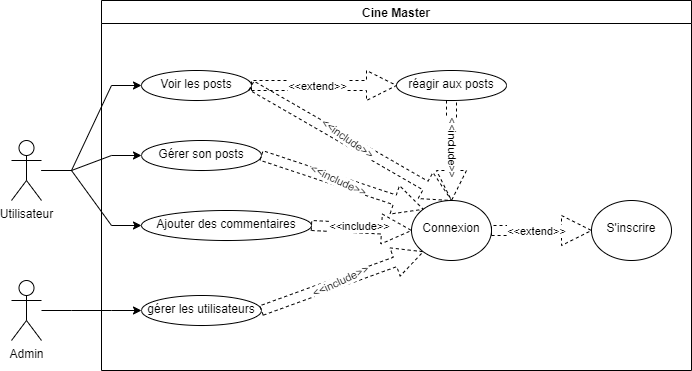
This is Modelisation/use_case_diagram_cine_master_social_media_project.png from aymenBenadra/cine-master, a draw.io export, as it was before one commit. Source tidied: cells renumbered, new cells last; positions are measured from the earlier drawing's top-left corner, leaving out a move shared by most shapes. Its diagram source:
```xml
<mxGraphModel>
  <root>
    <mxCell id="0" />
    <mxCell id="1" parent="0" />
    <mxCell id="2" style="edgeStyle=entityRelationEdgeStyle;rounded=0;jettySize=auto;html=1;entryX=0;entryY=0.5;entryDx=0;entryDy=0;" parent="1" edge="1" source="5" target="7">
      <mxGeometry relative="1" as="geometry" />
    </mxCell>
    <mxCell id="3" style="edgeStyle=entityRelationEdgeStyle;rounded=0;jettySize=auto;html=1;" parent="1" edge="1" source="5" target="8">
      <mxGeometry relative="1" as="geometry" />
    </mxCell>
    <mxCell id="4" style="edgeStyle=entityRelationEdgeStyle;rounded=0;jettySize=auto;html=1;entryX=0;entryY=0.5;entryDx=0;entryDy=0;" parent="1" edge="1" source="5" target="9">
      <mxGeometry relative="1" as="geometry" />
    </mxCell>
    <mxCell id="5" value="Utilisateur" style="shape=umlActor;verticalLabelPosition=bottom;verticalAlign=top;html=1;outlineConnect=0;" parent="1" vertex="1">
      <mxGeometry y="140" width="30" height="60" as="geometry" />
    </mxCell>
    <mxCell id="6" value="Cine Master" style="swimlane;" parent="1" vertex="1">
      <mxGeometry x="90" width="590" height="370" as="geometry" />
    </mxCell>
    <mxCell id="7" value="Voir les posts" style="ellipse;whiteSpace=wrap;html=1;verticalAlign=top;align=center;" parent="6" vertex="1">
      <mxGeometry x="40" y="70" width="110" height="30" as="geometry" />
    </mxCell>
    <mxCell id="8" value="&lt;div&gt;Gérer son posts&lt;/div&gt;" style="ellipse;whiteSpace=wrap;html=1;verticalAlign=top;align=center;" parent="6" vertex="1">
      <mxGeometry x="40" y="140" width="120" height="30" as="geometry" />
    </mxCell>
    <mxCell id="9" value="&lt;div&gt;Ajouter des commentaires&lt;/div&gt;" style="ellipse;whiteSpace=wrap;html=1;verticalAlign=top;align=center;" parent="6" vertex="1">
      <mxGeometry x="40" y="210" width="170" height="30" as="geometry" />
    </mxCell>
    <mxCell id="10" value="&lt;br&gt;Connexion" style="ellipse;whiteSpace=wrap;html=1;verticalAlign=top;align=center;" parent="6" vertex="1">
      <mxGeometry x="310" y="200" width="80" height="60" as="geometry" />
    </mxCell>
    <mxCell id="11" value="gérer les utilisateurs" style="ellipse;whiteSpace=wrap;html=1;verticalAlign=top;" parent="6" vertex="1">
      <mxGeometry x="40" y="295" width="120" height="30" as="geometry" />
    </mxCell>
    <mxCell id="12" value="&lt;br&gt;S'inscrire" style="ellipse;whiteSpace=wrap;html=1;verticalAlign=top;align=center;" parent="6" vertex="1">
      <mxGeometry x="490" y="200" width="80" height="60" as="geometry" />
    </mxCell>
    <mxCell id="13" style="html=1;verticalAlign=bottom;labelBackgroundColor=none;endArrow=open;endFill=0;dashed=1;rounded=0;shadow=0;shape=arrow;entryX=0.5;entryY=0;entryDx=0;entryDy=0;exitX=1;exitY=0.5;exitDx=0;exitDy=0;" parent="6" edge="1" source="7" target="10">
      <mxGeometry relative="1" as="geometry" />
    </mxCell>
    <mxCell id="14" value="&amp;lt;&amp;lt;include&amp;gt;&amp;gt;" style="edgeLabel;html=1;align=center;verticalAlign=middle;rotation=35;" parent="13" vertex="1">
      <mxGeometry x="-0.06" y="2" relative="1" as="geometry" />
    </mxCell>
    <mxCell id="15" style="html=1;verticalAlign=bottom;labelBackgroundColor=none;endArrow=open;endFill=0;dashed=1;rounded=0;shadow=0;shape=arrow;exitX=1;exitY=0.5;exitDx=0;exitDy=0;entryX=0;entryY=0;entryDx=0;entryDy=0;" parent="6" edge="1" source="8" target="10">
      <mxGeometry relative="1" as="geometry" />
    </mxCell>
    <mxCell id="16" value="&amp;lt;&amp;lt;include&amp;gt;&amp;gt;" style="edgeLabel;html=1;align=center;verticalAlign=middle;rotation=25;" parent="15" vertex="1">
      <mxGeometry x="-0.06" y="2" relative="1" as="geometry">
        <mxPoint y="1" as="offset" />
      </mxGeometry>
    </mxCell>
    <mxCell id="17" style="html=1;verticalAlign=bottom;labelBackgroundColor=none;endArrow=open;endFill=0;dashed=1;rounded=0;shadow=0;shape=arrow;exitX=1;exitY=0.5;exitDx=0;exitDy=0;entryX=0;entryY=0.5;entryDx=0;entryDy=0;" parent="6" edge="1" source="9" target="10">
      <mxGeometry relative="1" as="geometry" />
    </mxCell>
    <mxCell id="18" value="&amp;lt;&amp;lt;include&amp;gt;&amp;gt;" style="edgeLabel;html=1;align=center;verticalAlign=middle;rotation=0;" parent="17" vertex="1">
      <mxGeometry x="-0.06" y="2" relative="1" as="geometry" />
    </mxCell>
    <mxCell id="19" style="html=1;verticalAlign=bottom;labelBackgroundColor=none;endArrow=open;endFill=0;dashed=1;rounded=0;shadow=0;shape=arrow;exitX=1;exitY=0.5;exitDx=0;exitDy=0;entryX=0;entryY=1;entryDx=0;entryDy=0;" parent="6" edge="1" source="11" target="10">
      <mxGeometry relative="1" as="geometry" />
    </mxCell>
    <mxCell id="20" value="&amp;lt;&amp;lt;include&amp;gt;&amp;gt;" style="edgeLabel;html=1;align=center;verticalAlign=middle;rotation=-25;" parent="19" vertex="1">
      <mxGeometry x="-0.06" y="2" relative="1" as="geometry">
        <mxPoint x="3" as="offset" />
      </mxGeometry>
    </mxCell>
    <mxCell id="21" style="html=1;verticalAlign=bottom;labelBackgroundColor=none;endArrow=open;endFill=0;dashed=1;rounded=0;shadow=0;shape=arrow;exitX=1;exitY=0.5;exitDx=0;exitDy=0;entryX=0;entryY=0.5;entryDx=0;entryDy=0;" parent="6" edge="1" source="10" target="12">
      <mxGeometry relative="1" as="geometry" />
    </mxCell>
    <mxCell id="22" value="&amp;lt;&amp;lt;extend&amp;gt;&amp;gt;" style="edgeLabel;html=1;align=center;verticalAlign=middle;rotation=0;" parent="21" vertex="1">
      <mxGeometry x="-0.06" y="2" relative="1" as="geometry">
        <mxPoint x="-3" y="2" as="offset" />
      </mxGeometry>
    </mxCell>
    <mxCell id="23" value="réagir aux posts" style="ellipse;whiteSpace=wrap;html=1;verticalAlign=top;align=center;" parent="6" vertex="1">
      <mxGeometry x="295" y="70" width="110" height="30" as="geometry" />
    </mxCell>
    <mxCell id="24" style="html=1;verticalAlign=bottom;labelBackgroundColor=none;endArrow=open;endFill=0;dashed=1;rounded=0;shadow=0;shape=arrow;exitX=1;exitY=0.5;exitDx=0;exitDy=0;" parent="6" edge="1" source="7" target="23">
      <mxGeometry relative="1" as="geometry" />
    </mxCell>
    <mxCell id="25" value="&amp;lt;&amp;lt;extend&amp;gt;&amp;gt;" style="edgeLabel;html=1;align=center;verticalAlign=middle;rotation=0;" parent="24" vertex="1">
      <mxGeometry x="-0.06" y="2" relative="1" as="geometry">
        <mxPoint x="-3" y="2" as="offset" />
      </mxGeometry>
    </mxCell>
    <mxCell id="26" style="html=1;verticalAlign=bottom;labelBackgroundColor=none;endArrow=open;endFill=0;dashed=1;rounded=0;shadow=0;shape=arrow;entryX=0.5;entryY=0;entryDx=0;entryDy=0;exitX=0.5;exitY=1;exitDx=0;exitDy=0;" parent="6" edge="1" source="23" target="10">
      <mxGeometry relative="1" as="geometry" />
    </mxCell>
    <mxCell id="27" value="&amp;lt;&amp;lt;include&amp;gt;&amp;gt;" style="edgeLabel;html=1;align=center;verticalAlign=middle;rotation=90;" parent="26" vertex="1">
      <mxGeometry x="-0.06" y="2" relative="1" as="geometry" />
    </mxCell>
    <mxCell id="28" style="edgeStyle=entityRelationEdgeStyle;rounded=0;jettySize=auto;html=1;shadow=0;" parent="1" edge="1" source="29" target="11">
      <mxGeometry relative="1" as="geometry" />
    </mxCell>
    <mxCell id="29" value="Admin" style="shape=umlActor;verticalLabelPosition=bottom;verticalAlign=top;html=1;outlineConnect=0;" parent="1" vertex="1">
      <mxGeometry y="280" width="30" height="60" as="geometry" />
    </mxCell>
  </root>
</mxGraphModel>
```
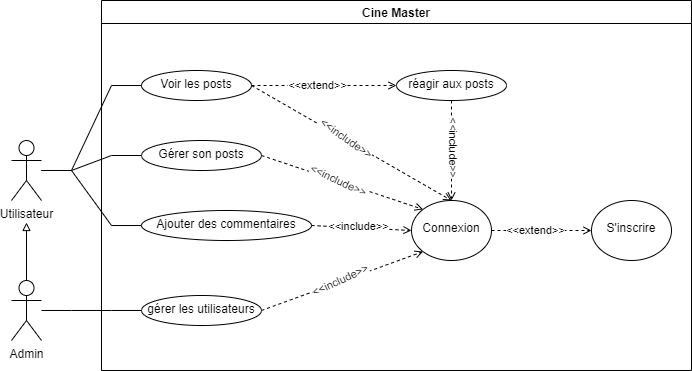
Later version of the same file.

What changed in the source:
```diff
@@ -2,13 +2,13 @@
   <root>
     <mxCell id="0" />
     <mxCell id="1" parent="0" />
-    <mxCell id="2" style="edgeStyle=entityRelationEdgeStyle;rounded=0;jettySize=auto;html=1;entryX=0;entryY=0.5;entryDx=0;entryDy=0;" parent="1" edge="1" source="5" target="7">
+    <mxCell id="2" style="edgeStyle=entityRelationEdgeStyle;rounded=0;jettySize=auto;html=1;entryX=0;entryY=0.5;entryDx=0;entryDy=0;endArrow=none;endFill=0;" parent="1" edge="1" source="5" target="7">
       <mxGeometry relative="1" as="geometry" />
     </mxCell>
-    <mxCell id="3" style="edgeStyle=entityRelationEdgeStyle;rounded=0;jettySize=auto;html=1;" parent="1" edge="1" source="5" target="8">
+    <mxCell id="3" style="edgeStyle=entityRelationEdgeStyle;rounded=0;jettySize=auto;html=1;endArrow=none;endFill=0;" parent="1" edge="1" source="5" target="8">
       <mxGeometry relative="1" as="geometry" />
     </mxCell>
-    <mxCell id="4" style="edgeStyle=entityRelationEdgeStyle;rounded=0;jettySize=auto;html=1;entryX=0;entryY=0.5;entryDx=0;entryDy=0;" parent="1" edge="1" source="5" target="9">
+    <mxCell id="4" style="edgeStyle=entityRelationEdgeStyle;rounded=0;jettySize=auto;html=1;entryX=0;entryY=0.5;entryDx=0;entryDy=0;endArrow=none;endFill=0;" parent="1" edge="1" source="5" target="9">
       <mxGeometry relative="1" as="geometry" />
     </mxCell>
     <mxCell id="5" value="Utilisateur" style="shape=umlActor;verticalLabelPosition=bottom;verticalAlign=top;html=1;outlineConnect=0;" parent="1" vertex="1">
@@ -35,13 +35,13 @@
     <mxCell id="12" value="&lt;br&gt;S'inscrire" style="ellipse;whiteSpace=wrap;html=1;verticalAlign=top;align=center;" parent="6" vertex="1">
       <mxGeometry x="490" y="200" width="80" height="60" as="geometry" />
     </mxCell>
-    <mxCell id="13" style="html=1;verticalAlign=bottom;labelBackgroundColor=none;endArrow=open;endFill=0;dashed=1;rounded=0;shadow=0;shape=arrow;entryX=0.5;entryY=0;entryDx=0;entryDy=0;exitX=1;exitY=0.5;exitDx=0;exitDy=0;" parent="6" edge="1" source="7" target="10">
+    <mxCell id="13" style="html=1;verticalAlign=bottom;labelBackgroundColor=none;endArrow=open;endFill=0;dashed=1;rounded=0;shadow=0;entryX=0.5;entryY=0;entryDx=0;entryDy=0;exitX=1;exitY=0.5;exitDx=0;exitDy=0;" parent="6" edge="1" source="7" target="10">
       <mxGeometry relative="1" as="geometry" />
     </mxCell>
     <mxCell id="14" value="&amp;lt;&amp;lt;include&amp;gt;&amp;gt;" style="edgeLabel;html=1;align=center;verticalAlign=middle;rotation=35;" parent="13" vertex="1">
       <mxGeometry x="-0.06" y="2" relative="1" as="geometry" />
     </mxCell>
-    <mxCell id="15" style="html=1;verticalAlign=bottom;labelBackgroundColor=none;endArrow=open;endFill=0;dashed=1;rounded=0;shadow=0;shape=arrow;exitX=1;exitY=0.5;exitDx=0;exitDy=0;entryX=0;entryY=0;entryDx=0;entryDy=0;" parent="6" edge="1" source="8" target="10">
+    <mxCell id="15" style="html=1;verticalAlign=bottom;labelBackgroundColor=none;endArrow=open;endFill=0;dashed=1;rounded=0;shadow=0;exitX=1;exitY=0.5;exitDx=0;exitDy=0;entryX=0;entryY=0;entryDx=0;entryDy=0;" parent="6" edge="1" source="8" target="10">
       <mxGeometry relative="1" as="geometry" />
     </mxCell>
     <mxCell id="16" value="&amp;lt;&amp;lt;include&amp;gt;&amp;gt;" style="edgeLabel;html=1;align=center;verticalAlign=middle;rotation=25;" parent="15" vertex="1">
@@ -49,13 +49,13 @@
         <mxPoint y="1" as="offset" />
       </mxGeometry>
     </mxCell>
-    <mxCell id="17" style="html=1;verticalAlign=bottom;labelBackgroundColor=none;endArrow=open;endFill=0;dashed=1;rounded=0;shadow=0;shape=arrow;exitX=1;exitY=0.5;exitDx=0;exitDy=0;entryX=0;entryY=0.5;entryDx=0;entryDy=0;" parent="6" edge="1" source="9" target="10">
+    <mxCell id="17" style="html=1;verticalAlign=bottom;labelBackgroundColor=none;endArrow=open;endFill=0;dashed=1;rounded=0;shadow=0;exitX=1;exitY=0.5;exitDx=0;exitDy=0;entryX=0;entryY=0.5;entryDx=0;entryDy=0;" parent="6" edge="1" source="9" target="10">
       <mxGeometry relative="1" as="geometry" />
     </mxCell>
     <mxCell id="18" value="&amp;lt;&amp;lt;include&amp;gt;&amp;gt;" style="edgeLabel;html=1;align=center;verticalAlign=middle;rotation=0;" parent="17" vertex="1">
       <mxGeometry x="-0.06" y="2" relative="1" as="geometry" />
     </mxCell>
-    <mxCell id="19" style="html=1;verticalAlign=bottom;labelBackgroundColor=none;endArrow=open;endFill=0;dashed=1;rounded=0;shadow=0;shape=arrow;exitX=1;exitY=0.5;exitDx=0;exitDy=0;entryX=0;entryY=1;entryDx=0;entryDy=0;" parent="6" edge="1" source="11" target="10">
+    <mxCell id="19" style="html=1;verticalAlign=bottom;labelBackgroundColor=none;endArrow=open;endFill=0;dashed=1;rounded=0;shadow=0;exitX=1;exitY=0.5;exitDx=0;exitDy=0;entryX=0;entryY=1;entryDx=0;entryDy=0;" parent="6" edge="1" source="11" target="10">
       <mxGeometry relative="1" as="geometry" />
     </mxCell>
     <mxCell id="20" value="&amp;lt;&amp;lt;include&amp;gt;&amp;gt;" style="edgeLabel;html=1;align=center;verticalAlign=middle;rotation=-25;" parent="19" vertex="1">
@@ -63,7 +63,7 @@
         <mxPoint x="3" as="offset" />
       </mxGeometry>
     </mxCell>
-    <mxCell id="21" style="html=1;verticalAlign=bottom;labelBackgroundColor=none;endArrow=open;endFill=0;dashed=1;rounded=0;shadow=0;shape=arrow;exitX=1;exitY=0.5;exitDx=0;exitDy=0;entryX=0;entryY=0.5;entryDx=0;entryDy=0;" parent="6" edge="1" source="10" target="12">
+    <mxCell id="21" style="html=1;verticalAlign=bottom;labelBackgroundColor=none;endArrow=open;endFill=0;dashed=1;rounded=0;shadow=0;exitX=1;exitY=0.5;exitDx=0;exitDy=0;entryX=0;entryY=0.5;entryDx=0;entryDy=0;" parent="6" edge="1" source="10" target="12">
       <mxGeometry relative="1" as="geometry" />
     </mxCell>
     <mxCell id="22" value="&amp;lt;&amp;lt;extend&amp;gt;&amp;gt;" style="edgeLabel;html=1;align=center;verticalAlign=middle;rotation=0;" parent="21" vertex="1">
@@ -74,7 +74,7 @@
     <mxCell id="23" value="réagir aux posts" style="ellipse;whiteSpace=wrap;html=1;verticalAlign=top;align=center;" parent="6" vertex="1">
       <mxGeometry x="295" y="70" width="110" height="30" as="geometry" />
     </mxCell>
-    <mxCell id="24" style="html=1;verticalAlign=bottom;labelBackgroundColor=none;endArrow=open;endFill=0;dashed=1;rounded=0;shadow=0;shape=arrow;exitX=1;exitY=0.5;exitDx=0;exitDy=0;" parent="6" edge="1" source="7" target="23">
+    <mxCell id="24" style="html=1;verticalAlign=bottom;labelBackgroundColor=none;endArrow=open;endFill=0;dashed=1;rounded=0;shadow=0;exitX=1;exitY=0.5;exitDx=0;exitDy=0;" parent="6" edge="1" source="7" target="23">
       <mxGeometry relative="1" as="geometry" />
     </mxCell>
     <mxCell id="25" value="&amp;lt;&amp;lt;extend&amp;gt;&amp;gt;" style="edgeLabel;html=1;align=center;verticalAlign=middle;rotation=0;" parent="24" vertex="1">
@@ -82,15 +82,18 @@
         <mxPoint x="-3" y="2" as="offset" />
       </mxGeometry>
     </mxCell>
-    <mxCell id="26" style="html=1;verticalAlign=bottom;labelBackgroundColor=none;endArrow=open;endFill=0;dashed=1;rounded=0;shadow=0;shape=arrow;entryX=0.5;entryY=0;entryDx=0;entryDy=0;exitX=0.5;exitY=1;exitDx=0;exitDy=0;" parent="6" edge="1" source="23" target="10">
+    <mxCell id="26" style="html=1;verticalAlign=bottom;labelBackgroundColor=none;endArrow=open;endFill=0;dashed=1;rounded=0;shadow=0;entryX=0.5;entryY=0;entryDx=0;entryDy=0;exitX=0.5;exitY=1;exitDx=0;exitDy=0;" parent="6" edge="1" source="23" target="10">
       <mxGeometry relative="1" as="geometry" />
     </mxCell>
     <mxCell id="27" value="&amp;lt;&amp;lt;include&amp;gt;&amp;gt;" style="edgeLabel;html=1;align=center;verticalAlign=middle;rotation=90;" parent="26" vertex="1">
       <mxGeometry x="-0.06" y="2" relative="1" as="geometry" />
     </mxCell>
-    <mxCell id="28" style="edgeStyle=entityRelationEdgeStyle;rounded=0;jettySize=auto;html=1;shadow=0;" parent="1" edge="1" source="29" target="11">
+    <mxCell id="28" style="edgeStyle=entityRelationEdgeStyle;rounded=0;jettySize=auto;html=1;shadow=0;endArrow=none;endFill=0;" parent="1" edge="1" source="29" target="11">
       <mxGeometry relative="1" as="geometry" />
     </mxCell>
+    <mxCell id="30" style="edgeStyle=none;html=1;endArrow=block;endFill=0;targetPerimeterSpacing=22;" parent="1" edge="1" source="29" target="5">
+      <mxGeometry relative="1" as="geometry" />
+    </mxCell>
     <mxCell id="29" value="Admin" style="shape=umlActor;verticalLabelPosition=bottom;verticalAlign=top;html=1;outlineConnect=0;" parent="1" vertex="1">
       <mxGeometry y="280" width="30" height="60" as="geometry" />
     </mxCell>
```
